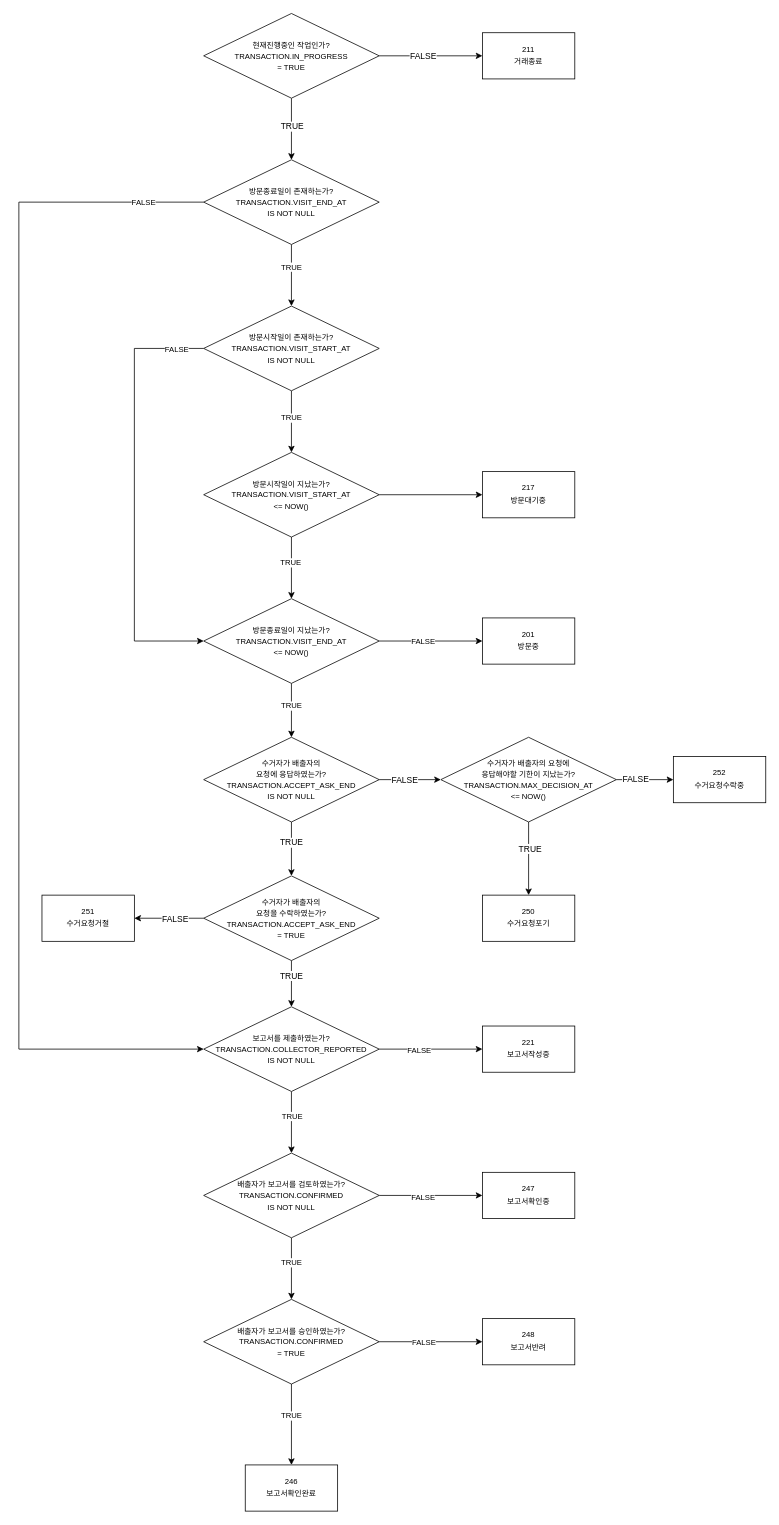
Above: drawio/V_TRANSACTION_STATE.drawio in Leo-Nam/stored-procedures (draw.io), before the change. Source tidied: cells renumbered, new cells numbered last; positions are measured from the earlier drawing's top-left corner, leaving out a move shared by most shapes. Both pictures are drawn from the tidied source at 77%, with x=0, y=0 at pixel (18, 13).
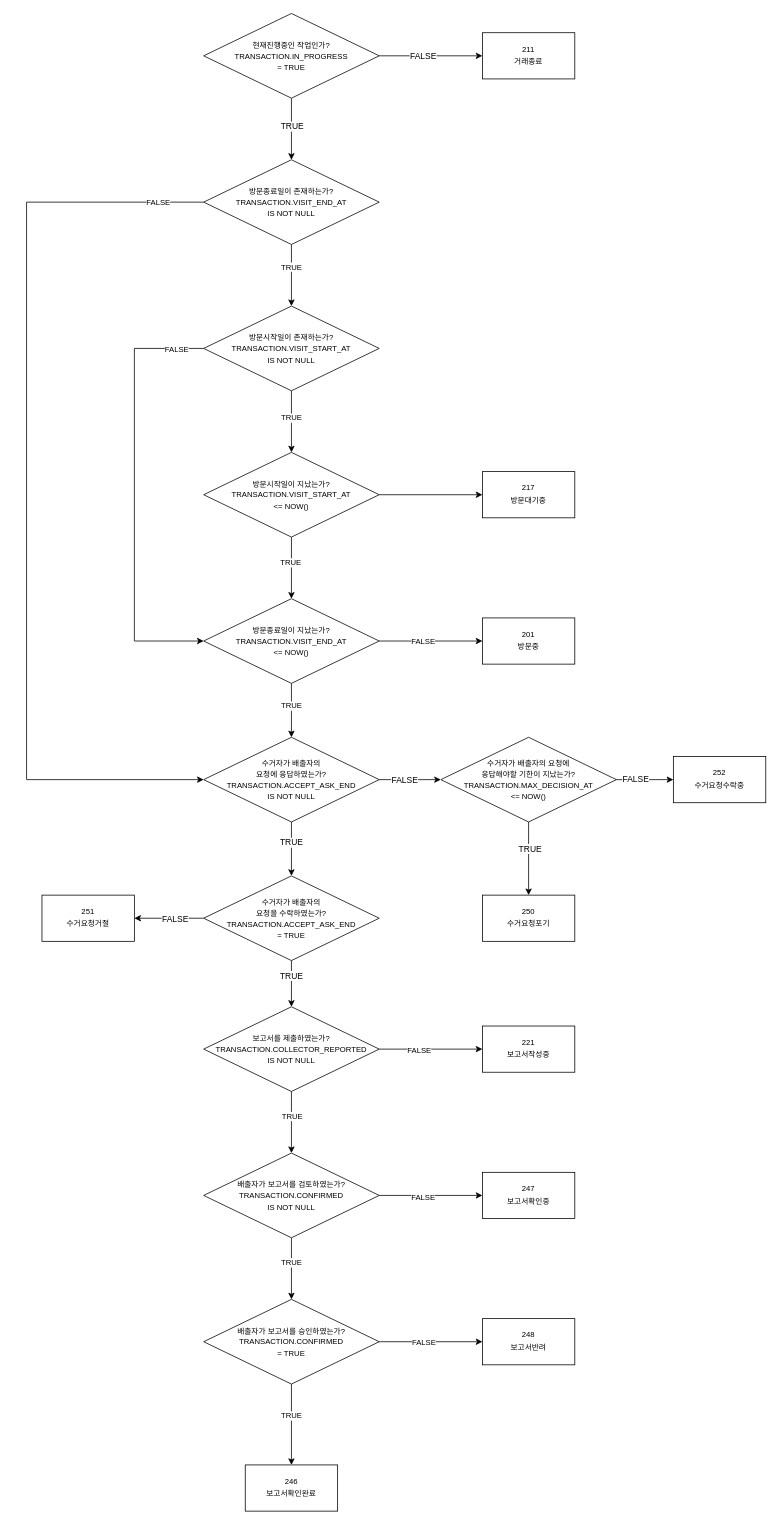
The same diagram, later.

The change refers to these unchanged cells:
```xml
<mxCell id="12" value="&lt;font style=&quot;font-size: 10px&quot;&gt;&lt;span style=&quot;font-size: 10px&quot;&gt;방문종료일이 존재하는가?&lt;/span&gt;&lt;br style=&quot;font-size: 10px&quot;&gt;&lt;span style=&quot;font-size: 10px&quot;&gt;TRANSACTION.VISIT_END_AT&lt;/span&gt;&lt;br&gt;&lt;span&gt;IS NOT NULL&lt;/span&gt;&lt;br&gt;&lt;/font&gt;" style="rhombus;whiteSpace=wrap;html=1;" parent="1" vertex="1">
  <mxGeometry x="240" y="190" width="228" height="110" as="geometry" />
</mxCell>
<mxCell id="33" value="&lt;font&gt;&lt;span style=&quot;font-size: 10px&quot;&gt;보고서를 제출하였는가?&lt;/span&gt;&lt;br style=&quot;font-size: 10px&quot;&gt;&lt;span style=&quot;font-size: 10px&quot;&gt;TRANSACTION.COLLECTOR_REPORTED&lt;/span&gt;&lt;br&gt;&lt;span style=&quot;font-size: 10px&quot;&gt;IS NOT NULL&lt;/span&gt;&lt;br&gt;&lt;/font&gt;" style="rhombus;whiteSpace=wrap;html=1;" parent="1" vertex="1">
  <mxGeometry x="240" y="1290" width="228" height="110" as="geometry" />
</mxCell>
<mxCell id="52" value="&lt;font&gt;&lt;span style=&quot;font-size: 10px&quot;&gt;수거자가 배출자의 &lt;br&gt;요청에 응답하였는가?&lt;/span&gt;&lt;br style=&quot;font-size: 10px&quot;&gt;&lt;span style=&quot;font-size: 10px&quot;&gt;TRANSACTION.ACCEPT_ASK_END&lt;/span&gt;&lt;br&gt;&lt;span style=&quot;font-size: 10px&quot;&gt;IS NOT NULL&lt;/span&gt;&lt;br&gt;&lt;/font&gt;" style="rhombus;whiteSpace=wrap;html=1;" parent="1" vertex="1">
  <mxGeometry x="240" y="940" width="228" height="110" as="geometry" />
</mxCell>
```

Diff of the diagram source:
```diff
@@
-    <mxCell id="10" style="edgeStyle=orthogonalEdgeStyle;rounded=0;jettySize=auto;html=1;entryX=0;entryY=0.5;entryDx=0;entryDy=0;fontSize=10;exitX=0;exitY=0.5;exitDx=0;exitDy=0;" parent="1" edge="1" source="12" target="33">
+    <mxCell id="10" style="edgeStyle=orthogonalEdgeStyle;rounded=0;jettySize=auto;html=1;entryX=0;entryY=0.5;entryDx=0;entryDy=0;fontSize=10;exitX=0;exitY=0.5;exitDx=0;exitDy=0;" parent="1" edge="1" source="12" target="52">
       <mxGeometry relative="1" as="geometry">
         <Array as="points">
-          <mxPoint y="245" />
-          <mxPoint y="1345" />
+          <mxPoint x="10" y="245" />
+          <mxPoint x="10" y="995" />
         </Array>
       </mxGeometry>
     </mxCell>
```
